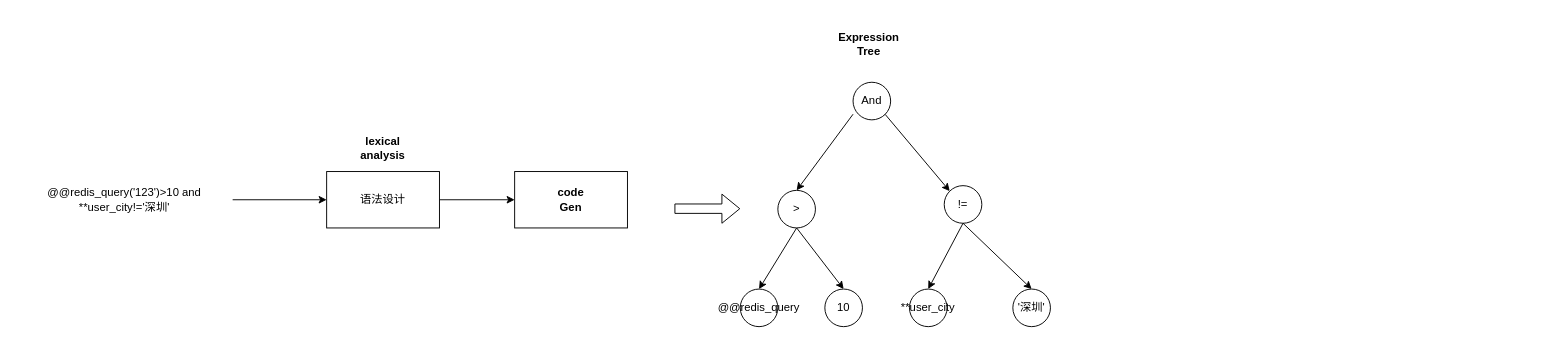
This is expression_tree.drawio from learn2Pro/draw_io_save, a draw.io file, before an edit. Source tidied: cells renumbered, new cells numbered last; positions are measured from the earlier drawing's top-left corner, leaving out a move shared by most shapes. Both pictures are drawn from the tidied source at 94%, with x=0, y=0 at pixel (16, 35).
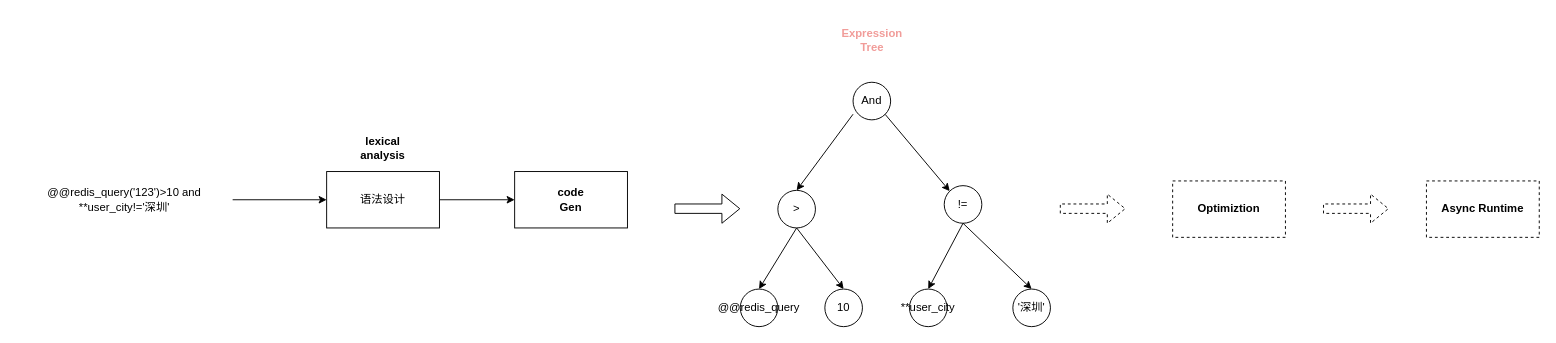
Above is the later version.

The edit, as a diff of the source:
```diff
@@
-    <mxCell id="23" value="&lt;b&gt;Expression&lt;br&gt;Tree&lt;br&gt;&lt;/b&gt;" style="text;html=1;strokeColor=none;fillColor=none;align=center;verticalAlign=middle;whiteSpace=wrap;rounded=0;" parent="1" vertex="1">
-      <mxGeometry x="877" width="60" height="20" as="geometry" />
+    <mxCell id="23" value="&lt;b&gt;&lt;font color=&quot;#f19c99&quot;&gt;Expression&lt;br&gt;Tree&lt;/font&gt;&lt;/b&gt;" style="text;html=1;strokeColor=none;fillColor=none;align=center;verticalAlign=middle;whiteSpace=wrap;rounded=0;" parent="1" vertex="1">
+      <mxGeometry x="843.5" y="-20" width="133" height="50" as="geometry" />
     </mxCell>
+    <mxCell id="24" style="shape=flexArrow;endArrow=classic;html=1;dashed=1;" parent="1" edge="1">
+      <mxGeometry relative="1" as="geometry">
+        <mxPoint x="1110" y="184.5" as="sourcePoint" />
+        <mxPoint x="1180" y="184.5" as="targetPoint" />
+      </mxGeometry>
+    </mxCell>
+    <mxCell id="25" value="&lt;b&gt;Optimiztion&lt;/b&gt;" style="whiteSpace=wrap;html=1;dashed=1;" parent="1" vertex="1">
+      <mxGeometry x="1230" y="155" width="120" height="60" as="geometry" />
+    </mxCell>
+    <mxCell id="26" style="shape=flexArrow;endArrow=classic;html=1;dashed=1;" parent="1" edge="1">
+      <mxGeometry relative="1" as="geometry">
+        <mxPoint x="1390" y="184.5" as="sourcePoint" />
+        <mxPoint x="1460" y="184.5" as="targetPoint" />
+      </mxGeometry>
+    </mxCell>
+    <mxCell id="27" value="&lt;b&gt;Async Runtime&lt;/b&gt;" style="whiteSpace=wrap;html=1;dashed=1;" parent="1" vertex="1">
+      <mxGeometry x="1500" y="155" width="120" height="60" as="geometry" />
+    </mxCell>
```
